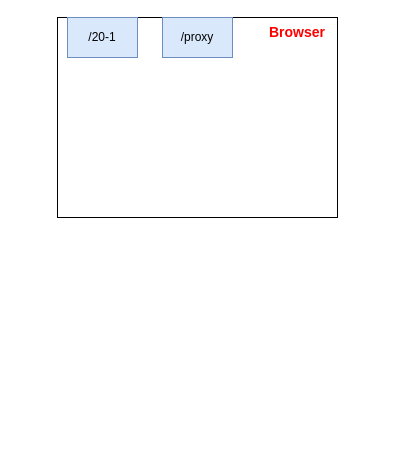
The draw.io diagram HTTp.drawio in moonlightop/Blog, before the edit. Source tidied: cells renumbered, new cells numbered last; positions are measured from the earlier drawing's top-left corner, leaving out a move shared by most shapes. Both pictures are drawn from the tidied source at 100%, with x=0, y=0 at pixel (57, 17).
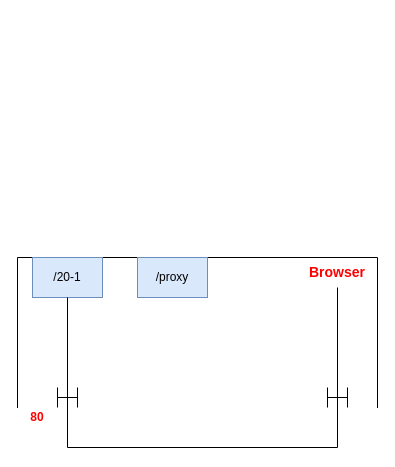
The same page after the edit.

What changed in the source:
```diff
@@
 <mxGraphModel>
   <root>
     <mxCell id="0" />
     <mxCell id="1" parent="0" />
-    <mxCell id="2" style="rounded=0;whiteSpace=wrap;html=1;" parent="1" vertex="1">
-      <mxGeometry width="280" height="200" as="geometry" />
-    </mxCell>
+    <mxCell id="6" style="shape=partialRectangle;whiteSpace=wrap;html=1;bottom=1;right=1;left=1;top=0;fillColor=none;routingCenterX=-0.5;rotation=-180;" parent="1" vertex="1">
+      <mxGeometry x="-40" y="240" width="360" height="150" as="geometry" />
+    </mxCell>
     <mxCell id="3" value="&lt;font style=&quot;font-size: 14px&quot; color=&quot;#ff0000&quot;&gt;&lt;b&gt;Browser&lt;/b&gt;&lt;/font&gt;" style="text;html=1;strokeColor=none;fillColor=none;align=center;verticalAlign=middle;whiteSpace=wrap;rounded=0;" parent="1" vertex="1">
-      <mxGeometry x="200" width="80" height="30" as="geometry" />
+      <mxGeometry x="240" y="240" width="80" height="30" as="geometry" />
     </mxCell>
     <mxCell id="4" value="/20-1" style="rounded=0;whiteSpace=wrap;html=1;fillColor=#dae8fc;strokeColor=#6c8ebf;" parent="1" vertex="1">
-      <mxGeometry x="10" width="70" height="40" as="geometry" />
+      <mxGeometry x="-25" y="240" width="70" height="40" as="geometry" />
     </mxCell>
     <mxCell id="5" value="/proxy" style="rounded=0;whiteSpace=wrap;html=1;fillColor=#dae8fc;strokeColor=#6c8ebf;" parent="1" vertex="1">
-      <mxGeometry x="105" width="70" height="40" as="geometry" />
+      <mxGeometry x="80" y="240" width="70" height="40" as="geometry" />
     </mxCell>
+    <mxCell id="7" value="&lt;b&gt;&lt;font color=&quot;#ff0000&quot;&gt;80&lt;/font&gt;&lt;/b&gt;" style="text;html=1;strokeColor=none;fillColor=none;align=center;verticalAlign=middle;whiteSpace=wrap;rounded=0;" parent="1" vertex="1">
+      <mxGeometry x="-40" y="390" width="40" height="20" as="geometry" />
+    </mxCell>
+    <mxCell id="8" style="shape=crossbar;whiteSpace=wrap;html=1;rounded=1;" parent="1" vertex="1">
+      <mxGeometry y="370" width="20" height="20" as="geometry" />
+    </mxCell>
+    <mxCell id="9" style="shape=crossbar;whiteSpace=wrap;html=1;rounded=1;" parent="1" vertex="1">
+      <mxGeometry x="270" y="370" width="20" height="20" as="geometry" />
+    </mxCell>
+    <mxCell id="10" style="group;" parent="1" vertex="1">
+      <mxGeometry x="10" y="430" width="270" as="geometry" />
+    </mxCell>
+    <mxCell id="11" style="group;fontColor=#FF6666;" parent="10" vertex="1">
+      <mxGeometry width="270" as="geometry" />
+    </mxCell>
+    <mxCell id="12" style="endArrow=none;html=1;entryX=0.5;entryY=1;entryDx=0;entryDy=0;" parent="11" edge="1" target="3">
+      <mxGeometry relative="1" as="geometry">
+        <mxPoint x="270" as="sourcePoint" />
+      </mxGeometry>
+    </mxCell>
+    <mxCell id="13" style="endArrow=none;html=1;" parent="11" edge="1">
+      <mxGeometry relative="1" as="geometry">
+        <mxPoint as="sourcePoint" />
+        <mxPoint x="270" as="targetPoint" />
+      </mxGeometry>
+    </mxCell>
+    <mxCell id="14" style="endArrow=none;html=1;entryX=0.5;entryY=1;entryDx=0;entryDy=0;" parent="11" edge="1" target="4">
+      <mxGeometry relative="1" as="geometry">
+        <mxPoint as="sourcePoint" />
+      </mxGeometry>
+    </mxCell>
   </root>
 </mxGraphModel>
```
